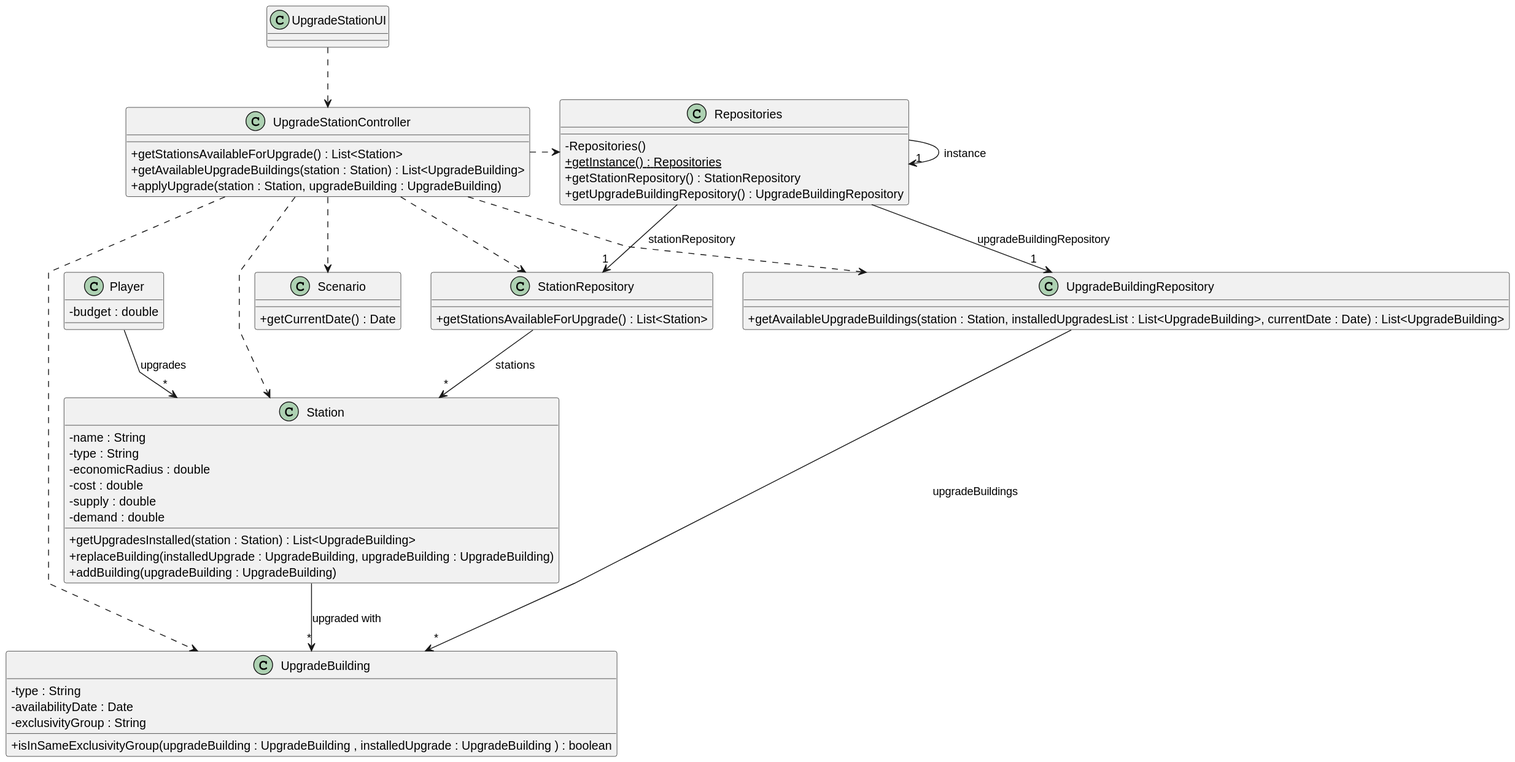
Before: docs/system-documentation/sprint 2/US06/03.design/svg/US006-CD.svg, a diagram exported from PlantUML (Educ00/mdisc-2425).
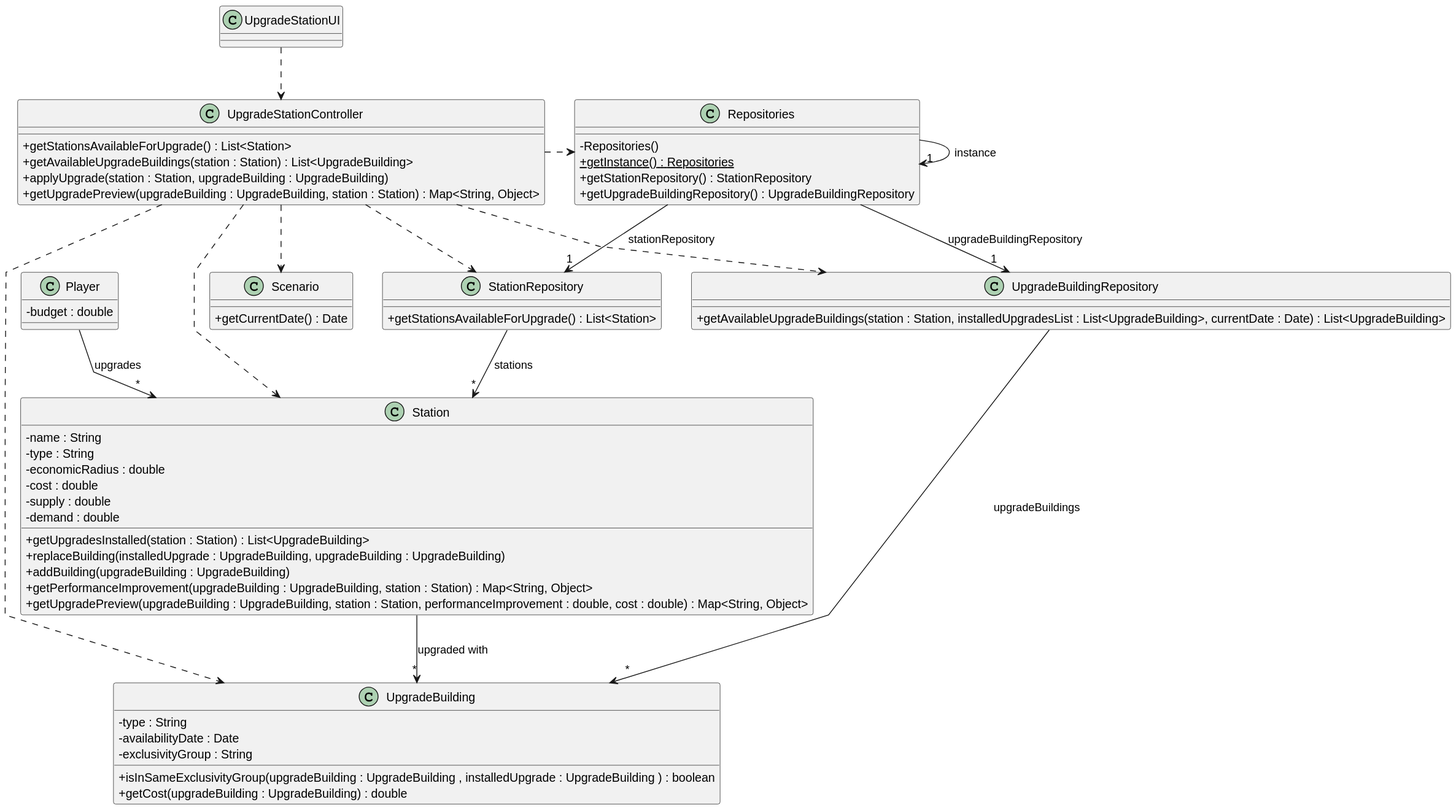
Above is the later version.

Diff of the diagram source:
```diff
@@ -15,14 +15,15 @@
     + getStationsAvailableForUpgrade() : List<Station>
     + getAvailableUpgradeBuildings(station : Station) : List<UpgradeBuilding>
     + applyUpgrade(station : Station, upgradeBuilding : UpgradeBuilding)
+    + getUpgradePreview(upgradeBuilding : UpgradeBuilding, station : Station) : Map<String, Object>
 }
 
 class Repositories {
-            - Repositories()
-            + {static} getInstance() : Repositories
-            + getStationRepository() : StationRepository
-            + getUpgradeBuildingRepository() : UpgradeBuildingRepository
-        }
+    - Repositories()
+    + {static} getInstance() : Repositories
+    + getStationRepository() : StationRepository
+    + getUpgradeBuildingRepository() : UpgradeBuildingRepository
+}
 
 class StationRepository {
     + getStationsAvailableForUpgrade() : List<Station>
@@ -42,6 +43,8 @@
     + getUpgradesInstalled(station : Station) : List<UpgradeBuilding>
     + replaceBuilding(installedUpgrade : UpgradeBuilding, upgradeBuilding : UpgradeBuilding)
     + addBuilding(upgradeBuilding : UpgradeBuilding)
+    + getPerformanceImprovement(upgradeBuilding : UpgradeBuilding, station : Station) : Map<String, Object>
+    + getUpgradePreview(upgradeBuilding : UpgradeBuilding, station : Station, performanceImprovement : double, cost : double) : Map<String, Object>
 }
 
 class UpgradeBuilding {
@@ -49,6 +52,7 @@
     - availabilityDate : Date
     - exclusivityGroup : String
     + isInSameExclusivityGroup(upgradeBuilding : UpgradeBuilding , installedUpgrade : UpgradeBuilding ) : boolean
+    + getCost(upgradeBuilding : UpgradeBuilding) : double
 }
 
 class Scenario {
```
